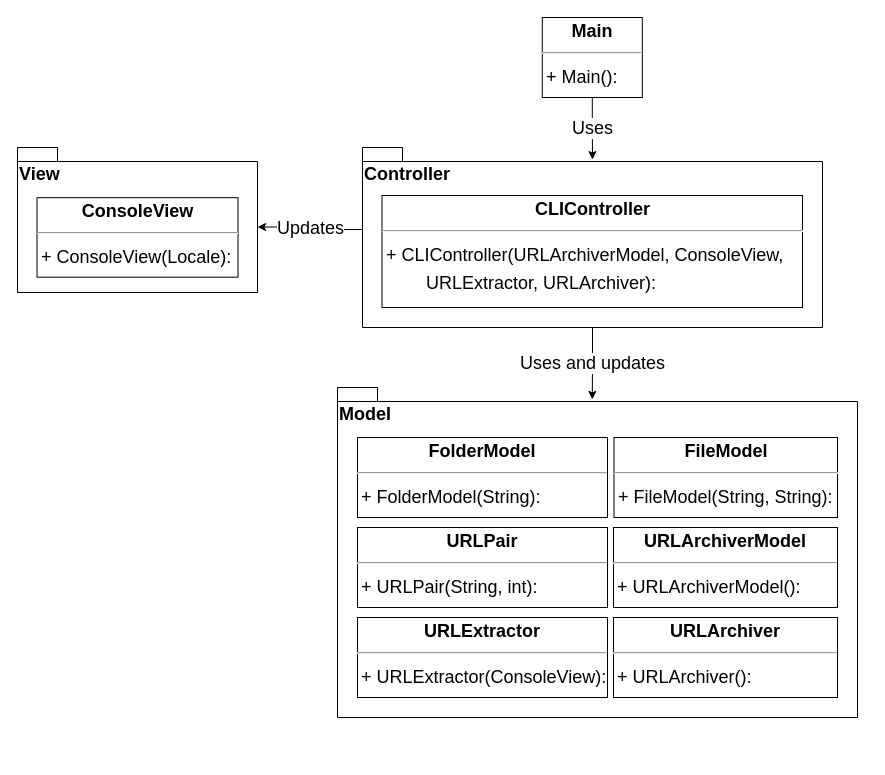
Earlier version of the draw.io diagram page "Highlevel_MVC" (1 of 2) of report/diagrams/mvc_diagram.drawio (devobern/URL-Archiver). Source tidied: cells renumbered, new cells numbered last; positions are measured from the earlier drawing's top-left corner, leaving out a move shared by most shapes. Both pictures are drawn from the tidied source at 100%, with x=0, y=0 at pixel (17, 17).
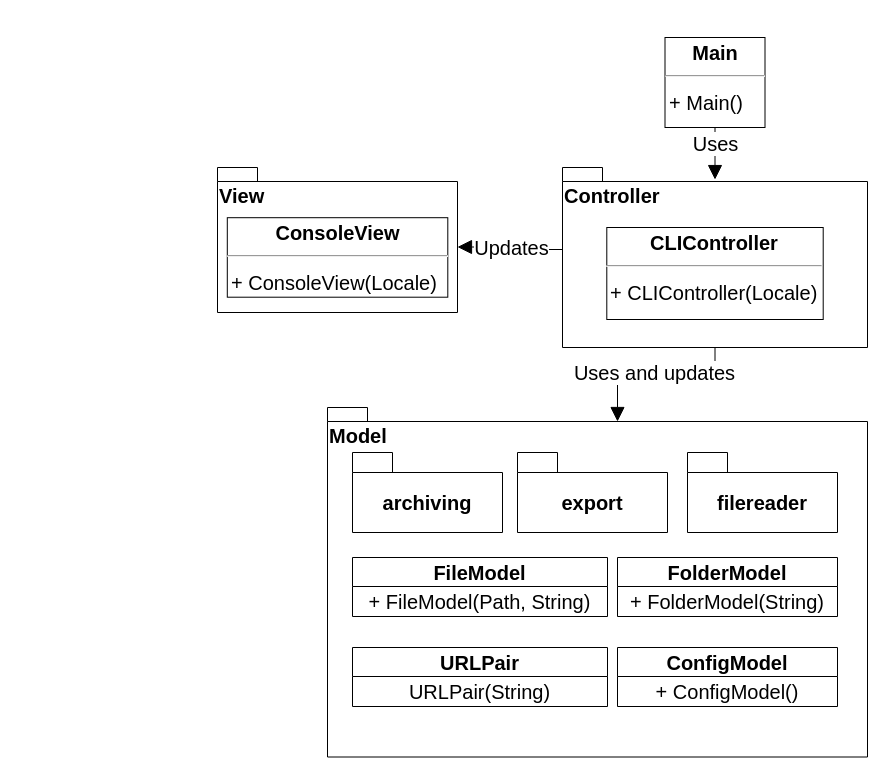
The same page after the edit.

Change to the diagram source:
```diff
@@
-    <mxCell id="2" value="Updates" style="edgeStyle=orthogonalEdgeStyle;rounded=0;jettySize=auto;html=1;exitX=0;exitY=0;exitDx=0;exitDy=82;exitPerimeter=0;entryX=0;entryY=0;entryDx=240;entryDy=79.5;entryPerimeter=0;fontSize=18;" parent="1" edge="1" source="15" target="18">
+    <mxCell id="2" value="Updates" style="edgeStyle=orthogonalEdgeStyle;rounded=0;jettySize=auto;html=1;exitX=0;exitY=0;exitDx=0;exitDy=82;exitPerimeter=0;entryX=0;entryY=0;entryDx=240;entryDy=79.5;entryPerimeter=0;fontSize=20;endSize=12;startSize=12;endArrow=block;endFill=1;" parent="1" edge="1" source="15" target="18">
       <mxGeometry relative="1" as="geometry" />
     </mxCell>
-    <mxCell id="3" value="Uses and updates" style="edgeStyle=orthogonalEdgeStyle;rounded=0;jettySize=auto;html=1;exitX=0.5;exitY=1;exitDx=0;exitDy=0;exitPerimeter=0;entryX=0.49;entryY=0.036;entryDx=0;entryDy=0;entryPerimeter=0;fontSize=18;" parent="1" edge="1" source="15" target="7">
+    <mxCell id="3" value="Uses and updates" style="edgeStyle=orthogonalEdgeStyle;rounded=0;jettySize=auto;html=1;exitX=0.5;exitY=1;exitDx=0;exitDy=0;exitPerimeter=0;fontSize=20;entryX=0;entryY=0;entryDx=290;entryDy=14;entryPerimeter=0;endSize=12;startSize=12;endArrow=block;endFill=1;" parent="1" edge="1" source="15" target="7">
       <mxGeometry relative="1" as="geometry" />
     </mxCell>
-    <mxCell id="4" value="&lt;p style=&quot;margin: 4px 0px 0px; text-align: center; font-size: 18px;&quot;&gt;&lt;b style=&quot;font-size: 18px;&quot;&gt;Main&lt;/b&gt;&lt;/p&gt;&lt;hr style=&quot;font-size: 18px;&quot;&gt;&lt;p style=&quot;margin: 0px 0px 0px 4px; line-height: 1.6; font-size: 18px;&quot;&gt;+ Main(): &lt;/p&gt;" style="verticalAlign=top;align=left;overflow=fill;fontSize=18;fontFamily=Helvetica;html=1;rounded=0;shadow=0;comic=0;labelBackgroundColor=none;strokeWidth=1;" parent="1" vertex="1">
-      <mxGeometry x="524.8" width="100" height="80" as="geometry" />
+    <mxCell id="4" value="&lt;p style=&quot;margin: 4px 0px 0px; text-align: center; font-size: 20px;&quot;&gt;&lt;b style=&quot;font-size: 20px;&quot;&gt;Main&lt;/b&gt;&lt;/p&gt;&lt;hr style=&quot;font-size: 20px;&quot;&gt;&lt;p style=&quot;margin: 0px 0px 0px 4px; line-height: 1.6; font-size: 20px;&quot;&gt;+ Main() &lt;/p&gt;" style="verticalAlign=top;align=left;overflow=fill;fontSize=20;fontFamily=Helvetica;html=1;rounded=0;shadow=0;comic=0;labelBackgroundColor=none;strokeWidth=1;" parent="1" vertex="1">
+      <mxGeometry x="647.5" y="20" width="100" height="90" as="geometry" />
     </mxCell>
-    <mxCell id="5" value="Uses" style="edgeStyle=orthogonalEdgeStyle;rounded=0;jettySize=auto;html=1;exitX=0.5;exitY=1;exitDx=0;exitDy=0;fontSize=18;entryX=0.5;entryY=0.067;entryDx=0;entryDy=0;entryPerimeter=0;" parent="1" edge="1" source="4" target="15">
+    <mxCell id="5" value="Uses" style="edgeStyle=orthogonalEdgeStyle;rounded=0;jettySize=auto;html=1;exitX=0.5;exitY=1;exitDx=0;exitDy=0;fontSize=20;entryX=0.5;entryY=0.067;entryDx=0;entryDy=0;entryPerimeter=0;endSize=12;startSize=12;endArrow=block;endFill=1;" parent="1" edge="1" source="4" target="15">
       <mxGeometry relative="1" as="geometry" />
     </mxCell>
-    <mxCell id="6" style="group;" parent="1" vertex="1">
-      <mxGeometry x="320" y="370" width="520" height="330" as="geometry" />
-    </mxCell>
-    <mxCell id="7" value="Model" style="shape=folder;fontStyle=1;spacingTop=10;tabWidth=40;tabHeight=14;tabPosition=left;html=1;whiteSpace=wrap;verticalAlign=top;align=left;fontSize=18;" parent="6" vertex="1">
-      <mxGeometry width="520" height="330" as="geometry" />
-    </mxCell>
-    <mxCell id="8" value="&lt;p style=&quot;margin: 4px 0px 0px; text-align: center; font-size: 18px;&quot;&gt;&lt;b style=&quot;font-size: 18px;&quot;&gt;FolderModel&lt;/b&gt;&lt;/p&gt;&lt;hr style=&quot;font-size: 18px;&quot;&gt;&lt;p style=&quot;margin: 0px 0px 0px 4px; line-height: 1.6; font-size: 18px;&quot;&gt;+ FolderModel(String): &lt;/p&gt;" style="verticalAlign=top;align=left;overflow=fill;fontSize=18;fontFamily=Helvetica;html=1;rounded=0;shadow=0;comic=0;labelBackgroundColor=none;strokeWidth=1;" parent="6" vertex="1">
-      <mxGeometry x="20" y="50" width="250" height="80" as="geometry" />
-    </mxCell>
-    <mxCell id="9" value="&lt;p style=&quot;margin: 4px 0px 0px; text-align: center; font-size: 18px;&quot;&gt;&lt;b style=&quot;font-size: 18px;&quot;&gt;FileModel&lt;/b&gt;&lt;/p&gt;&lt;hr style=&quot;font-size: 18px;&quot;&gt;&lt;p style=&quot;margin: 0px 0px 0px 4px; line-height: 1.6; font-size: 18px;&quot;&gt;+ FileModel(String, String): &lt;/p&gt;" style="verticalAlign=top;align=left;overflow=fill;fontSize=18;fontFamily=Helvetica;html=1;rounded=0;shadow=0;comic=0;labelBackgroundColor=none;strokeWidth=1;" parent="6" vertex="1">
-      <mxGeometry x="276.5" y="50" width="223.5" height="80" as="geometry" />
-    </mxCell>
-    <mxCell id="10" value="&lt;p style=&quot;margin: 4px 0px 0px; text-align: center; font-size: 18px;&quot;&gt;&lt;b style=&quot;font-size: 18px;&quot;&gt;URLPair&lt;/b&gt;&lt;/p&gt;&lt;hr style=&quot;font-size: 18px;&quot;&gt;&lt;p style=&quot;margin: 0px 0px 0px 4px; line-height: 1.6; font-size: 18px;&quot;&gt;+ URLPair(String, int): &lt;/p&gt;" style="verticalAlign=top;align=left;overflow=fill;fontSize=18;fontFamily=Helvetica;html=1;rounded=0;shadow=0;comic=0;labelBackgroundColor=none;strokeWidth=1;" parent="6" vertex="1">
-      <mxGeometry x="20" y="140" width="250" height="80" as="geometry" />
-    </mxCell>
-    <mxCell id="11" value="&lt;p style=&quot;margin: 4px 0px 0px; text-align: center; font-size: 18px;&quot;&gt;&lt;b style=&quot;font-size: 18px;&quot;&gt;URLArchiverModel&lt;/b&gt;&lt;/p&gt;&lt;hr style=&quot;font-size: 18px;&quot;&gt;&lt;p style=&quot;margin: 0px 0px 0px 4px; line-height: 1.6; font-size: 18px;&quot;&gt;+ URLArchiverModel(): &lt;/p&gt;" style="verticalAlign=top;align=left;overflow=fill;fontSize=18;fontFamily=Helvetica;html=1;rounded=0;shadow=0;comic=0;labelBackgroundColor=none;strokeWidth=1;" parent="6" vertex="1">
-      <mxGeometry x="276" y="140" width="224" height="80" as="geometry" />
-    </mxCell>
-    <mxCell id="12" value="&lt;p style=&quot;margin: 4px 0px 0px; text-align: center; font-size: 18px;&quot;&gt;&lt;b style=&quot;font-size: 18px;&quot;&gt;URLExtractor&lt;/b&gt;&lt;/p&gt;&lt;hr style=&quot;font-size: 18px;&quot;&gt;&lt;p style=&quot;margin: 0px 0px 0px 4px; line-height: 1.6; font-size: 18px;&quot;&gt;+ URLExtractor(ConsoleView): &lt;/p&gt;" style="verticalAlign=top;align=left;overflow=fill;fontSize=18;fontFamily=Helvetica;html=1;rounded=0;shadow=0;comic=0;labelBackgroundColor=none;strokeWidth=1;" parent="6" vertex="1">
-      <mxGeometry x="20" y="230" width="250" height="80" as="geometry" />
-    </mxCell>
-    <mxCell id="13" value="&lt;p style=&quot;margin: 4px 0px 0px; text-align: center; font-size: 18px;&quot;&gt;&lt;b style=&quot;font-size: 18px;&quot;&gt;URLArchiver&lt;/b&gt;&lt;/p&gt;&lt;hr style=&quot;font-size: 18px;&quot;&gt;&lt;p style=&quot;margin: 0px 0px 0px 4px; line-height: 1.6; font-size: 18px;&quot;&gt;+ URLArchiver(): &lt;/p&gt;" style="verticalAlign=top;align=left;overflow=fill;fontSize=18;fontFamily=Helvetica;html=1;rounded=0;shadow=0;comic=0;labelBackgroundColor=none;strokeWidth=1;" parent="6" vertex="1">
-      <mxGeometry x="276" y="230" width="224" height="80" as="geometry" />
-    </mxCell>
-    <mxCell id="14" style="group;" parent="1" vertex="1">
-      <mxGeometry x="345" y="130" width="460" height="180" as="geometry" />
-    </mxCell>
-    <mxCell id="15" value="Controller" style="shape=folder;fontStyle=1;spacingTop=10;tabWidth=40;tabHeight=14;tabPosition=left;html=1;whiteSpace=wrap;align=left;verticalAlign=top;fontSize=18;" parent="14" vertex="1">
-      <mxGeometry width="460" height="180" as="geometry" />
-    </mxCell>
-    <mxCell id="16" value="&lt;p style=&quot;margin: 4px 0px 0px; text-align: center; font-size: 18px;&quot;&gt;&lt;b style=&quot;font-size: 18px;&quot;&gt;CLIController&lt;/b&gt;&lt;/p&gt;&lt;hr style=&quot;font-size: 18px;&quot;&gt;&lt;p style=&quot;margin: 0px 0px 0px 4px; line-height: 1.6; font-size: 18px;&quot;&gt;+ CLIController(URLArchiverModel, ConsoleView,&amp;nbsp;&lt;/p&gt;&lt;p style=&quot;margin: 0px 0px 0px 4px; line-height: 1.6; font-size: 18px;&quot;&gt;&lt;span style=&quot;white-space: pre;&quot;&gt;&#9;&lt;/span&gt;URLExtractor, URLArchiver): &lt;/p&gt;" style="verticalAlign=top;align=left;overflow=fill;fontSize=18;fontFamily=Helvetica;html=1;rounded=0;shadow=0;comic=0;labelBackgroundColor=none;strokeWidth=1;" parent="14" vertex="1">
-      <mxGeometry x="19.5" y="48" width="420.5" height="112" as="geometry" />
-    </mxCell>
-    <mxCell id="17" style="group;" parent="1" vertex="1">
-      <mxGeometry y="130" width="240" height="145" as="geometry" />
+    <mxCell id="17" style="group;fontSize=20;" parent="1" vertex="1">
+      <mxGeometry x="200" y="150" width="240" height="145" as="geometry" />
     </mxCell>
-    <mxCell id="18" value="View" style="shape=folder;fontStyle=1;spacingTop=10;tabWidth=40;tabHeight=14;tabPosition=left;html=1;whiteSpace=wrap;verticalAlign=top;align=left;fontSize=18;" parent="17" vertex="1">
+    <mxCell id="18" value="View" style="shape=folder;fontStyle=1;spacingTop=10;tabWidth=40;tabHeight=14;tabPosition=left;html=1;whiteSpace=wrap;verticalAlign=top;align=left;fontSize=20;" parent="17" vertex="1">
       <mxGeometry width="240" height="145" as="geometry" />
     </mxCell>
-    <mxCell id="19" value="&lt;p style=&quot;margin: 4px 0px 0px; text-align: center; font-size: 18px;&quot;&gt;&lt;b style=&quot;font-size: 18px;&quot;&gt;ConsoleView&lt;/b&gt;&lt;/p&gt;&lt;hr style=&quot;font-size: 18px;&quot;&gt;&lt;p style=&quot;margin: 0px 0px 0px 4px; line-height: 1.6; font-size: 18px;&quot;&gt;+ ConsoleView(Locale): &lt;/p&gt;" style="verticalAlign=top;align=left;overflow=fill;fontSize=18;fontFamily=Helvetica;html=1;rounded=0;shadow=0;comic=0;labelBackgroundColor=none;strokeWidth=1;" parent="17" vertex="1">
-      <mxGeometry x="19.5" y="50.2" width="201" height="79.5" as="geometry" />
+    <mxCell id="19" value="&lt;p style=&quot;margin: 4px 0px 0px; text-align: center; font-size: 20px;&quot;&gt;&lt;b style=&quot;font-size: 20px;&quot;&gt;ConsoleView&lt;/b&gt;&lt;/p&gt;&lt;hr style=&quot;font-size: 20px;&quot;&gt;&lt;p style=&quot;margin: 0px 0px 0px 4px; line-height: 1.6; font-size: 20px;&quot;&gt;+ ConsoleView(Locale)&lt;/p&gt;" style="verticalAlign=top;align=left;overflow=fill;fontSize=20;fontFamily=Helvetica;html=1;rounded=0;shadow=0;comic=0;labelBackgroundColor=none;strokeWidth=1;" parent="17" vertex="1">
+      <mxGeometry x="9.8" y="50.2" width="220.5" height="79.5" as="geometry" />
     </mxCell>
+    <mxCell id="7" value="Model" style="shape=folder;fontStyle=1;spacingTop=10;tabWidth=40;tabHeight=14;tabPosition=left;html=1;whiteSpace=wrap;verticalAlign=top;align=left;fontSize=20;" parent="1" vertex="1">
+      <mxGeometry x="310" y="390" width="540" height="349.5" as="geometry" />
+    </mxCell>
+    <mxCell id="20" value="archiving" style="shape=folder;fontStyle=1;tabWidth=40;tabHeight=20;tabPosition=left;html=1;boundedLbl=1;whiteSpace=wrap;fontSize=20;" parent="1" vertex="1">
+      <mxGeometry x="335" y="435" width="150" height="80" as="geometry" />
+    </mxCell>
+    <mxCell id="21" value="export" style="shape=folder;fontStyle=1;tabWidth=40;tabHeight=20;tabPosition=left;html=1;boundedLbl=1;whiteSpace=wrap;fontSize=20;" parent="1" vertex="1">
+      <mxGeometry x="500" y="435" width="150" height="80" as="geometry" />
+    </mxCell>
+    <mxCell id="22" value="filereader" style="shape=folder;fontStyle=1;tabWidth=40;tabHeight=20;tabPosition=left;html=1;boundedLbl=1;whiteSpace=wrap;fontSize=20;" parent="1" vertex="1">
+      <mxGeometry x="670" y="435" width="150" height="80" as="geometry" />
+    </mxCell>
+    <mxCell id="23" value="FileModel" style="swimlane;fontStyle=1;align=center;verticalAlign=middle;horizontal=1;startSize=29;html=1;whiteSpace=wrap;fontSize=20;" parent="1" vertex="1">
+      <mxGeometry x="335" y="540" width="255" height="59" as="geometry" />
+    </mxCell>
+    <mxCell id="24" value="+ FileModel(Path, String)" style="text;html=1;strokeColor=none;fillColor=none;align=center;verticalAlign=middle;whiteSpace=wrap;rounded=0;fontSize=20;" parent="23" vertex="1">
+      <mxGeometry y="29" width="255" height="30" as="geometry" />
+    </mxCell>
+    <mxCell id="25" value="FolderModel" style="swimlane;fontStyle=1;align=center;verticalAlign=middle;horizontal=1;startSize=29;html=1;whiteSpace=wrap;fontSize=20;" parent="1" vertex="1">
+      <mxGeometry x="600" y="540" width="220" height="59" as="geometry" />
+    </mxCell>
+    <mxCell id="26" value="+ FolderModel(String)" style="text;html=1;strokeColor=none;fillColor=none;align=center;verticalAlign=middle;whiteSpace=wrap;rounded=0;fontSize=20;" parent="25" vertex="1">
+      <mxGeometry y="29" width="220" height="30" as="geometry" />
+    </mxCell>
+    <mxCell id="27" value="ConfigModel" style="swimlane;fontStyle=1;align=center;verticalAlign=middle;horizontal=1;startSize=29;html=1;whiteSpace=wrap;fontSize=20;" parent="1" vertex="1">
+      <mxGeometry x="600" y="630" width="220" height="59" as="geometry" />
+    </mxCell>
+    <mxCell id="28" value="+ ConfigModel()" style="text;html=1;strokeColor=none;fillColor=none;align=center;verticalAlign=middle;whiteSpace=wrap;rounded=0;fontSize=20;" parent="27" vertex="1">
+      <mxGeometry y="29" width="220" height="30" as="geometry" />
+    </mxCell>
+    <mxCell id="29" value="&lt;div style=&quot;font-size: 20px;&quot;&gt;URLPair&lt;/div&gt;" style="swimlane;fontStyle=1;align=center;verticalAlign=middle;horizontal=1;startSize=29;html=1;whiteSpace=wrap;fontSize=20;" parent="1" vertex="1">
+      <mxGeometry x="335" y="630" width="255" height="59" as="geometry" />
+    </mxCell>
+    <mxCell id="30" value="URLPair(String)" style="text;html=1;strokeColor=none;fillColor=none;align=center;verticalAlign=middle;whiteSpace=wrap;rounded=0;fontSize=20;" parent="29" vertex="1">
+      <mxGeometry y="29" width="255" height="30" as="geometry" />
+    </mxCell>
+    <mxCell id="15" value="Controller" style="shape=folder;fontStyle=1;spacingTop=10;tabWidth=40;tabHeight=14;tabPosition=left;html=1;whiteSpace=wrap;align=left;verticalAlign=top;fontSize=20;" parent="1" vertex="1">
+      <mxGeometry x="545" y="150" width="305" height="180" as="geometry" />
+    </mxCell>
+    <mxCell id="16" value="&lt;p style=&quot;margin: 4px 0px 0px; text-align: center; font-size: 20px;&quot;&gt;&lt;b style=&quot;font-size: 20px;&quot;&gt;CLIController&lt;/b&gt;&lt;/p&gt;&lt;hr style=&quot;font-size: 20px;&quot;&gt;&lt;p style=&quot;margin: 0px 0px 0px 4px; line-height: 1.6; font-size: 20px;&quot;&gt;+ CLIController(Locale) &lt;/p&gt;" style="verticalAlign=top;align=left;overflow=fill;fontSize=20;fontFamily=Helvetica;html=1;rounded=0;shadow=0;comic=0;labelBackgroundColor=none;strokeWidth=1;" parent="1" vertex="1">
+      <mxGeometry x="589.3" y="210" width="216.4" height="92" as="geometry" />
+    </mxCell>
```
